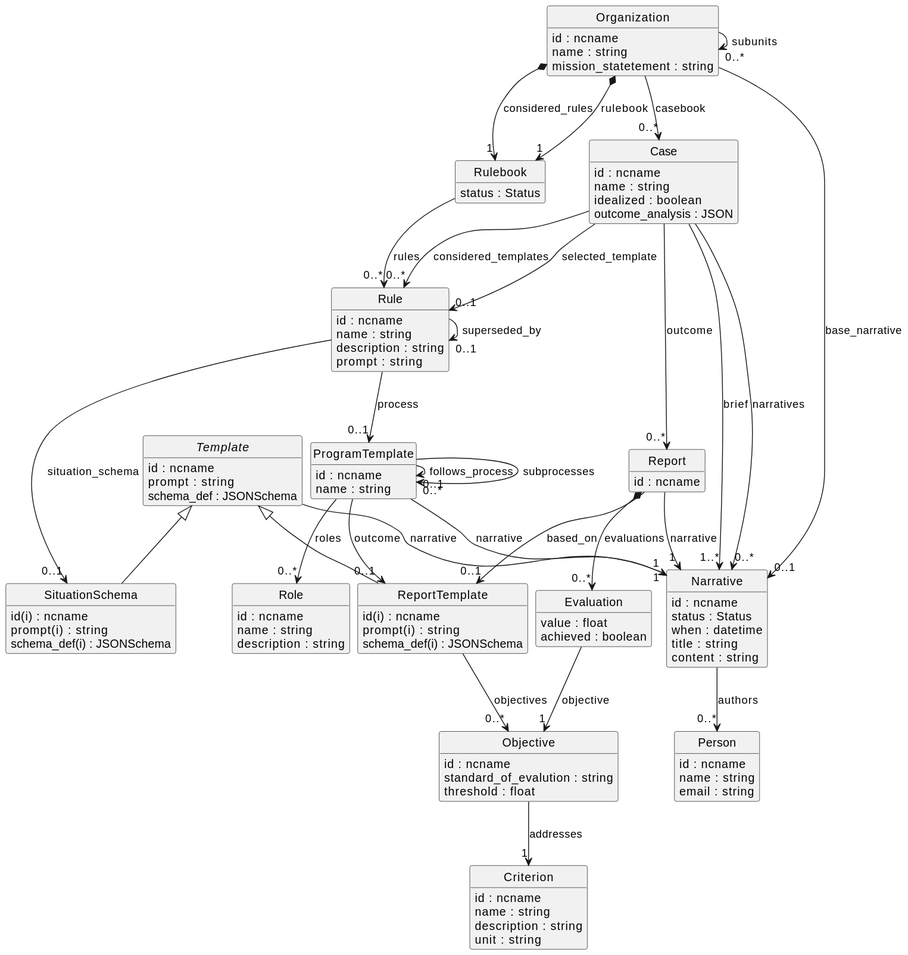
The PlantUML diagram schema.svg in Existentialist-Robot/ProcesSieve, before a commit.
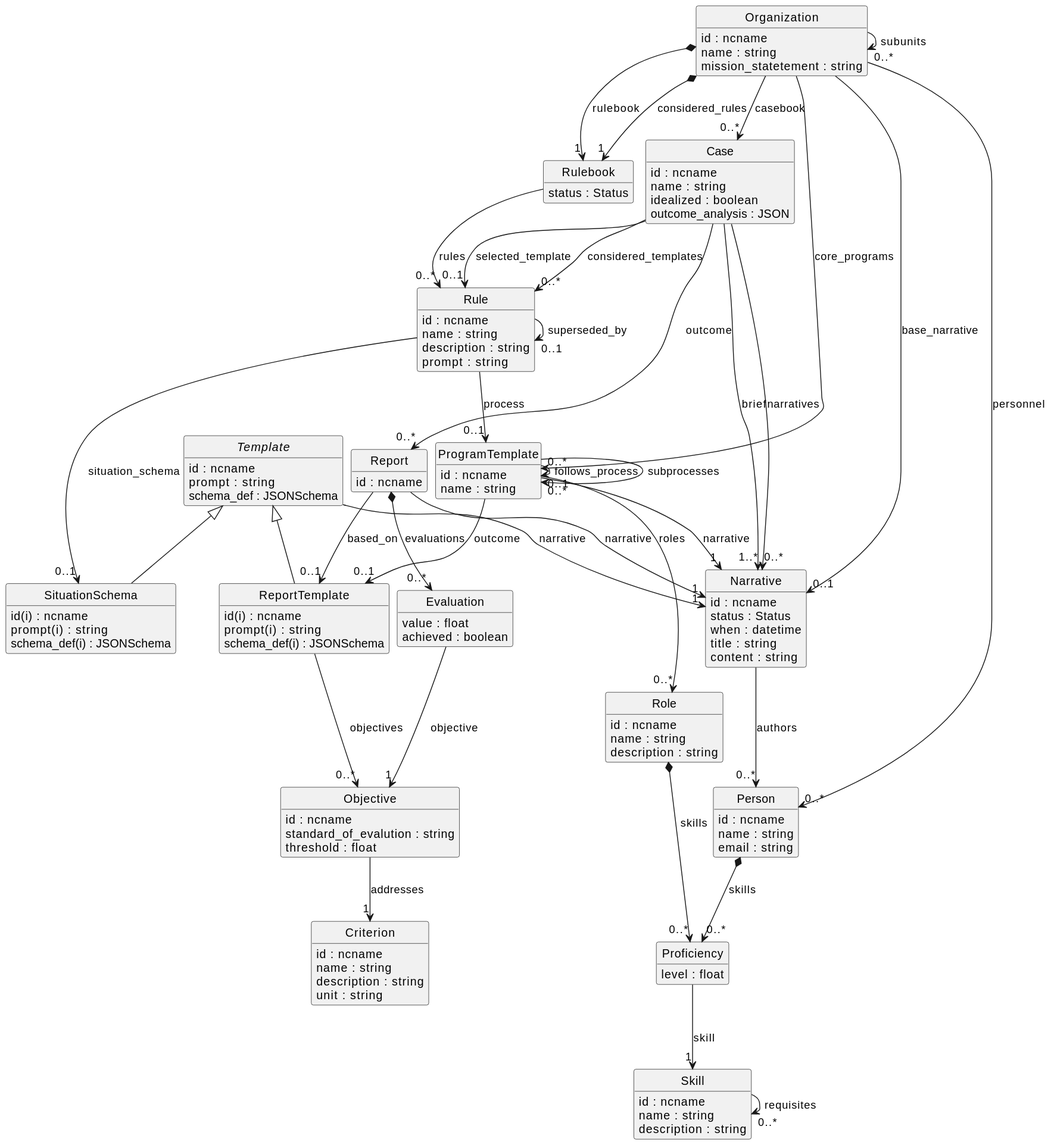
Later version of the same file.

What changed in the source:
```diff
@@ -27,6 +27,16 @@
 "Template" --> "1" "Narrative" : "narrative"
 "Template" ^-- "SituationSchema"
 "Template" ^-- "ReportTemplate"
+class "Skill" [[{A requisite skill to fulfill a role in a process}]] {
+    {field} id : ncname
+    {field} name : string
+    {field} description : string
+}
+class "Proficiency" [[{A level of proficiency in a skill}]] {
+    {field} level : float
+}
+"Skill" --> "0..*" "Skill" : "requisites"
+"Proficiency" --> "1" "Skill" : "skill"
 class "Rule" [[{The template that describes an entry in our best practice workbook, consisting of an (abstracted) situation we try to solve, and the process we intend to use to solve it.}]] {
     {field} id : ncname
     {field} name : string
@@ -64,6 +74,7 @@
     {field} name : string
     {field} description : string
 }
+"Role" *--> "0..*" "Proficiency" : "skills"
 "ProgramTemplate" --> "0..*" "Role" : "roles"
 class "Objective" [[{None}]] {
     {field} id : ncname
@@ -86,12 +97,15 @@
 "ProgramTemplate" --> "0..1" "ProgramTemplate" : "follows_process"
 "ProgramTemplate" --> "0..*" "ProgramTemplate" : "subprocesses"
 "ProgramTemplate" --> "1" "Narrative" : "narrative"
+"Organization" --> "0..*" "ProgramTemplate" : "core_programs"
 class "Person" [[{A person involved in a process}]] {
     {field} id : ncname
     {field} name : string
     {field} email : string
 }
+"Person" *--> "0..*" "Proficiency" : "skills"
 "Narrative" --> "0..*" "Person" : "authors"
+"Organization" --> "0..*" "Person" : "personnel"
 "Organization" --> "0..*" "Case" : "casebook"
 "Organization" --> "0..*" "Organization" : "subunits"
 "Organization" --> "0..1" "Narrative" : "base_narrative"
```
